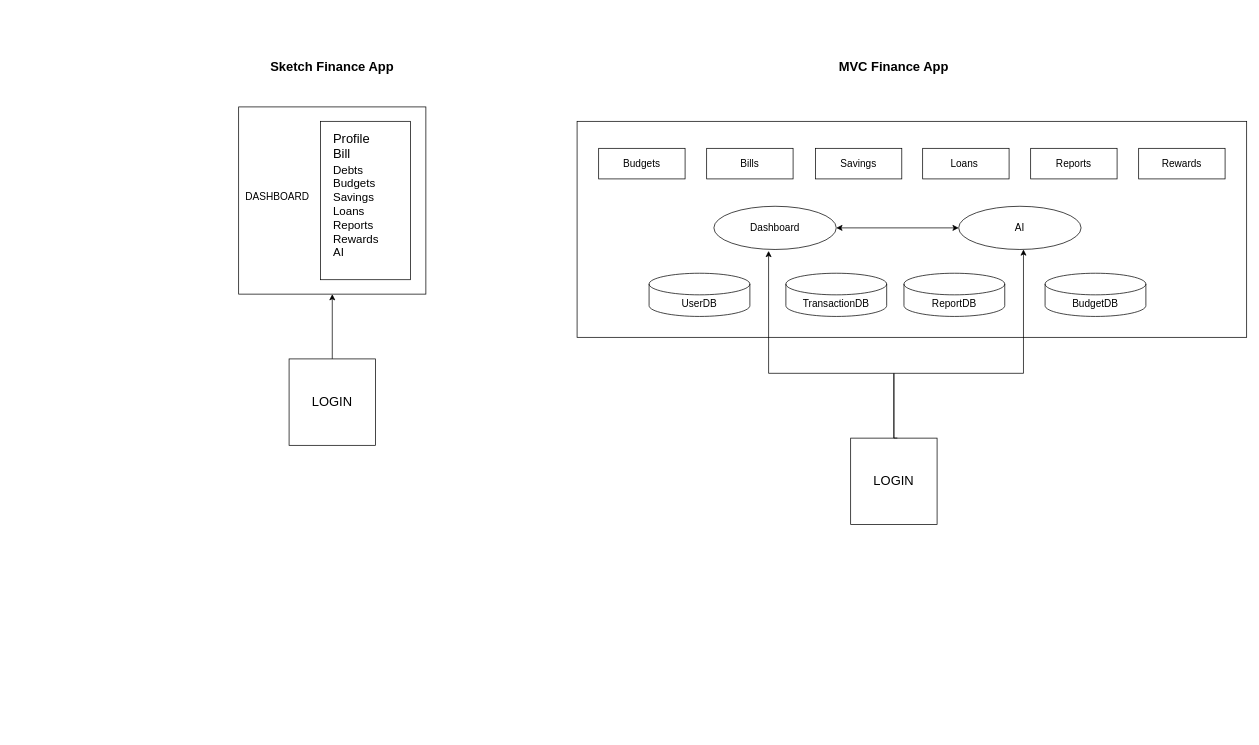
This is MVC and Sketch.drawio from cibusse/diagrams, a draw.io file, before an edit. Source tidied: cells renumbered, new cells numbered last; positions are measured from the earlier drawing's top-left corner, leaving out a move shared by most shapes. Both pictures are drawn from the tidied source at 72%, with x=0, y=0 at pixel (238, 56).
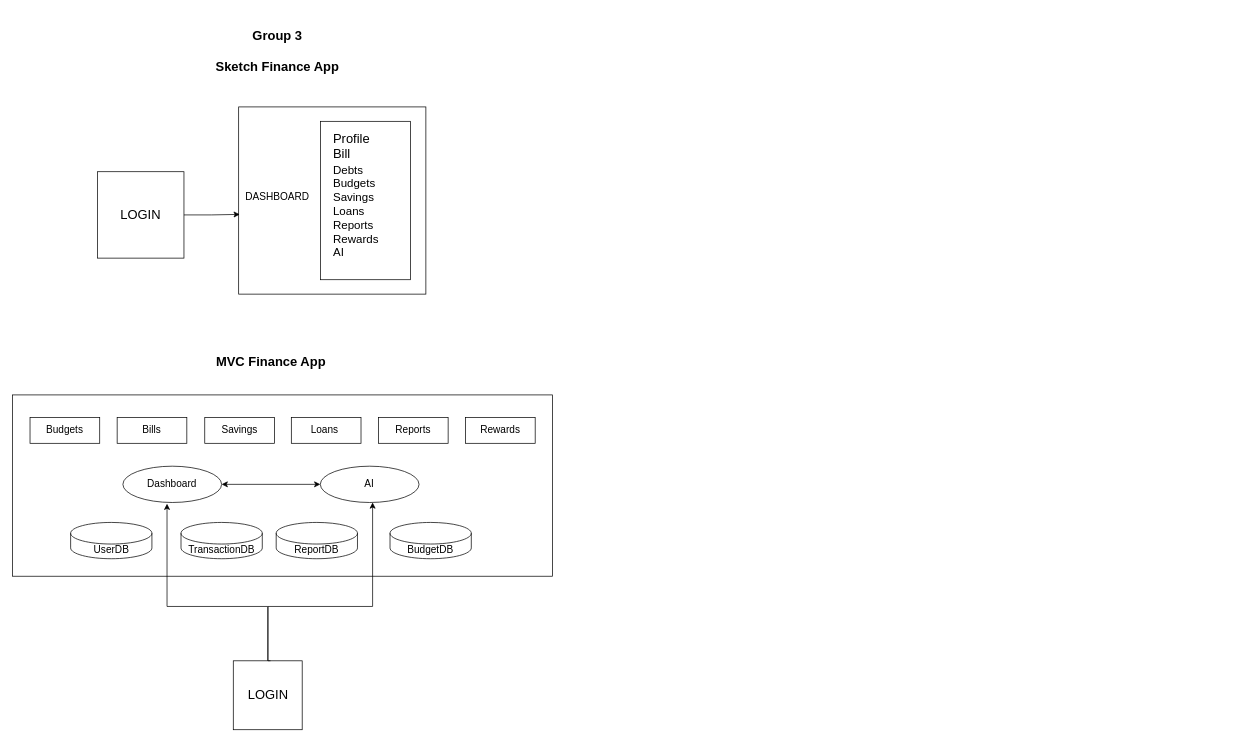
The same diagram, later.

The change refers to these unchanged cells:
```xml
<mxCell id="5" style="whiteSpace=wrap;html=1;align=left;" parent="1" vertex="1">
  <mxGeometry y="70" width="260" height="260" as="geometry" />
</mxCell>
```

The edit, as a diff of the source:
```diff
@@
-    <mxCell id="2" style="rounded=0;whiteSpace=wrap;html=1;" parent="1" vertex="1">
-      <mxGeometry x="470" y="90" width="930" height="300" as="geometry" />
-    </mxCell>
-    <mxCell id="3" style="edgeStyle=orthogonalEdgeStyle;rounded=0;jettySize=auto;html=1;entryX=0.5;entryY=1;entryDx=0;entryDy=0;" parent="1" edge="1" source="4" target="5">
-      <mxGeometry relative="1" as="geometry" />
-    </mxCell>
     <mxCell id="4" value="&lt;font style=&quot;font-size: 18px;&quot;&gt;LOGIN&lt;/font&gt;" style="whiteSpace=wrap;html=1;" parent="1" vertex="1">
-      <mxGeometry x="70" y="420" width="120" height="120" as="geometry" />
+      <mxGeometry x="-196" y="160" width="120" height="120" as="geometry" />
     </mxCell>
@@
-    <mxCell id="9" value="&lt;font style=&quot;font-size: 18px;&quot;&gt;&lt;b&gt;Sketch Finance App&lt;/b&gt;&lt;/font&gt;" style="text;html=1;align=center;verticalAlign=middle;whiteSpace=wrap;rounded=0;" parent="1" vertex="1">
-      <mxGeometry x="15" width="230" height="30" as="geometry" />
+    <mxCell id="9" value="&lt;div&gt;&lt;font style=&quot;font-size: 18px;&quot;&gt;&lt;b&gt;&lt;br&gt;&lt;/b&gt;&lt;/font&gt;&lt;/div&gt;&lt;div&gt;&lt;b style=&quot;&quot;&gt;&lt;font style=&quot;font-size: 18px;&quot;&gt;Group 3&lt;/font&gt;&lt;/b&gt;&lt;/div&gt;&lt;div&gt;&lt;b style=&quot;font-size: 18px;&quot;&gt;&lt;br&gt;&lt;/b&gt;&lt;/div&gt;&lt;div&gt;&lt;b style=&quot;font-size: 18px;&quot;&gt;Sketch Finance App&lt;/b&gt;&lt;br&gt;&lt;/div&gt;" style="text;html=1;align=center;verticalAlign=middle;whiteSpace=wrap;rounded=0;" parent="1" vertex="1">
+      <mxGeometry x="-61" y="-33" width="230" height="30" as="geometry" />
     </mxCell>
+    <mxCell id="11" value="&lt;font style=&quot;font-size: 18px;&quot;&gt;&lt;b&gt;MVC Finance App&lt;/b&gt;&lt;/font&gt;" style="text;html=1;align=center;verticalAlign=middle;whiteSpace=wrap;rounded=0;" parent="1" vertex="1">
+      <mxGeometry x="-70" y="410" width="230" height="30" as="geometry" />
+    </mxCell>
+    <mxCell id="27" style="group;" parent="1" vertex="1">
+      <mxGeometry x="-314" y="470" width="750" height="470" as="geometry" />
+    </mxCell>
+    <mxCell id="2" style="rounded=0;whiteSpace=wrap;html=1;" parent="27" vertex="1">
+      <mxGeometry width="750" height="251.8" as="geometry" />
+    </mxCell>
-    <mxCell id="10" value="&lt;font style=&quot;font-size: 18px;&quot;&gt;LOGIN&lt;/font&gt;" style="whiteSpace=wrap;html=1;" parent="1" vertex="1">
-      <mxGeometry x="850" y="530" width="120" height="120" as="geometry" />
+    <mxCell id="10" value="&lt;font style=&quot;font-size: 18px;&quot;&gt;LOGIN&lt;/font&gt;" style="whiteSpace=wrap;html=1;" parent="27" vertex="1">
+      <mxGeometry x="306.5" y="369.3" width="95.7" height="95.7" as="geometry" />
     </mxCell>
-    <mxCell id="11" value="&lt;font style=&quot;font-size: 18px;&quot;&gt;&lt;b&gt;MVC Finance App&lt;/b&gt;&lt;/font&gt;" style="text;html=1;align=center;verticalAlign=middle;whiteSpace=wrap;rounded=0;" parent="1" vertex="1">
-      <mxGeometry x="795" width="230" height="30" as="geometry" />
-    </mxCell>
-    <mxCell id="12" value="&lt;font style=&quot;font-size: 14px;&quot;&gt;UserDB&lt;/font&gt;" style="shape=cylinder3;whiteSpace=wrap;html=1;boundedLbl=1;backgroundOutline=1;size=15;" parent="1" vertex="1">
-      <mxGeometry x="570" y="301" width="140" height="60" as="geometry" />
+    <mxCell id="12" value="&lt;font style=&quot;font-size: 14px;&quot;&gt;UserDB&lt;/font&gt;" style="shape=cylinder3;whiteSpace=wrap;html=1;boundedLbl=1;backgroundOutline=1;size=15;" parent="27" vertex="1">
+      <mxGeometry x="80.6" y="177.1" width="112.9" height="50.4" as="geometry" />
     </mxCell>
-    <mxCell id="13" value="&lt;font style=&quot;font-size: 14px;&quot;&gt;TransactionDB&lt;/font&gt;" style="shape=cylinder3;whiteSpace=wrap;html=1;boundedLbl=1;backgroundOutline=1;size=15;" parent="1" vertex="1">
-      <mxGeometry x="760" y="301" width="140" height="60" as="geometry" />
+    <mxCell id="13" value="&lt;font style=&quot;font-size: 14px;&quot;&gt;TransactionDB&lt;/font&gt;" style="shape=cylinder3;whiteSpace=wrap;html=1;boundedLbl=1;backgroundOutline=1;size=15;" parent="27" vertex="1">
+      <mxGeometry x="233.9" y="177.1" width="112.9" height="50.4" as="geometry" />
     </mxCell>
-    <mxCell id="14" value="&lt;font style=&quot;font-size: 14px;&quot;&gt;ReportDB&lt;/font&gt;" style="shape=cylinder3;whiteSpace=wrap;html=1;boundedLbl=1;backgroundOutline=1;size=15;" parent="1" vertex="1">
-      <mxGeometry x="924" y="301" width="140" height="60" as="geometry" />
+    <mxCell id="14" value="&lt;font style=&quot;font-size: 14px;&quot;&gt;ReportDB&lt;/font&gt;" style="shape=cylinder3;whiteSpace=wrap;html=1;boundedLbl=1;backgroundOutline=1;size=15;" parent="27" vertex="1">
+      <mxGeometry x="366.1" y="177.1" width="112.9" height="50.4" as="geometry" />
     </mxCell>
-    <mxCell id="15" value="&lt;font style=&quot;font-size: 14px;&quot;&gt;BudgetDB&lt;/font&gt;" style="shape=cylinder3;whiteSpace=wrap;html=1;boundedLbl=1;backgroundOutline=1;size=15;" parent="1" vertex="1">
-      <mxGeometry x="1120" y="301" width="140" height="60" as="geometry" />
+    <mxCell id="15" value="&lt;font style=&quot;font-size: 14px;&quot;&gt;BudgetDB&lt;/font&gt;" style="shape=cylinder3;whiteSpace=wrap;html=1;boundedLbl=1;backgroundOutline=1;size=15;" parent="27" vertex="1">
+      <mxGeometry x="524.2" y="177.1" width="112.9" height="50.4" as="geometry" />
     </mxCell>
-    <mxCell id="16" value="&lt;font style=&quot;font-size: 14px;&quot;&gt;Dashboard&lt;/font&gt;" style="ellipse;whiteSpace=wrap;html=1;" parent="1" vertex="1">
-      <mxGeometry x="660" y="208" width="170" height="60" as="geometry" />
+    <mxCell id="16" value="&lt;font style=&quot;font-size: 14px;&quot;&gt;Dashboard&lt;/font&gt;" style="ellipse;whiteSpace=wrap;html=1;" parent="27" vertex="1">
+      <mxGeometry x="153.2" y="99" width="137.1" height="50.4" as="geometry" />
     </mxCell>
-    <mxCell id="17" value="&lt;font style=&quot;font-size: 14px;&quot;&gt;AI&lt;/font&gt;" style="ellipse;whiteSpace=wrap;html=1;" parent="1" vertex="1">
-      <mxGeometry x="1000" y="208" width="170" height="60" as="geometry" />
+    <mxCell id="17" value="&lt;font style=&quot;font-size: 14px;&quot;&gt;AI&lt;/font&gt;" style="ellipse;whiteSpace=wrap;html=1;" parent="27" vertex="1">
+      <mxGeometry x="427.4" y="99" width="137.1" height="50.4" as="geometry" />
     </mxCell>
-    <mxCell id="18" value="&lt;font style=&quot;font-size: 14px;&quot;&gt;Budgets&lt;/font&gt;" style="rounded=0;whiteSpace=wrap;html=1;" parent="1" vertex="1">
-      <mxGeometry x="500" y="127.5" width="120" height="42.5" as="geometry" />
+    <mxCell id="18" value="&lt;font style=&quot;font-size: 14px;&quot;&gt;Budgets&lt;/font&gt;" style="rounded=0;whiteSpace=wrap;html=1;" parent="27" vertex="1">
+      <mxGeometry x="24.2" y="31.5" width="96.8" height="35.7" as="geometry" />
     </mxCell>
-    <mxCell id="19" value="&lt;font style=&quot;font-size: 14px;&quot;&gt;Bills&lt;/font&gt;" style="rounded=0;whiteSpace=wrap;html=1;" parent="1" vertex="1">
-      <mxGeometry x="650" y="127.5" width="120" height="42.5" as="geometry" />
+    <mxCell id="19" value="&lt;font style=&quot;font-size: 14px;&quot;&gt;Bills&lt;/font&gt;" style="rounded=0;whiteSpace=wrap;html=1;" parent="27" vertex="1">
+      <mxGeometry x="145.2" y="31.5" width="96.8" height="35.7" as="geometry" />
     </mxCell>
-    <mxCell id="20" value="&lt;font style=&quot;font-size: 14px;&quot;&gt;Savings&lt;/font&gt;" style="rounded=0;whiteSpace=wrap;html=1;" parent="1" vertex="1">
-      <mxGeometry x="801" y="127.5" width="120" height="42.5" as="geometry" />
+    <mxCell id="20" value="&lt;font style=&quot;font-size: 14px;&quot;&gt;Savings&lt;/font&gt;" style="rounded=0;whiteSpace=wrap;html=1;" parent="27" vertex="1">
+      <mxGeometry x="266.9" y="31.5" width="96.8" height="35.7" as="geometry" />
     </mxCell>
-    <mxCell id="21" value="&lt;font style=&quot;font-size: 14px;&quot;&gt;Loans&amp;nbsp;&lt;/font&gt;" style="rounded=0;whiteSpace=wrap;html=1;" parent="1" vertex="1">
-      <mxGeometry x="950" y="127.5" width="120" height="42.5" as="geometry" />
+    <mxCell id="21" value="&lt;font style=&quot;font-size: 14px;&quot;&gt;Loans&amp;nbsp;&lt;/font&gt;" style="rounded=0;whiteSpace=wrap;html=1;" parent="27" vertex="1">
+      <mxGeometry x="387.1" y="31.5" width="96.8" height="35.7" as="geometry" />
     </mxCell>
-    <mxCell id="22" value="&lt;font style=&quot;font-size: 14px;&quot;&gt;Reports&lt;/font&gt;" style="rounded=0;whiteSpace=wrap;html=1;" parent="1" vertex="1">
-      <mxGeometry x="1100" y="127.5" width="120" height="42.5" as="geometry" />
+    <mxCell id="22" value="&lt;font style=&quot;font-size: 14px;&quot;&gt;Reports&lt;/font&gt;" style="rounded=0;whiteSpace=wrap;html=1;" parent="27" vertex="1">
+      <mxGeometry x="508.1" y="31.5" width="96.8" height="35.7" as="geometry" />
     </mxCell>
-    <mxCell id="23" value="&lt;font style=&quot;font-size: 14px;&quot;&gt;Rewards&lt;/font&gt;" style="rounded=0;whiteSpace=wrap;html=1;" parent="1" vertex="1">
-      <mxGeometry x="1250" y="127.5" width="120" height="42.5" as="geometry" />
+    <mxCell id="23" value="&lt;font style=&quot;font-size: 14px;&quot;&gt;Rewards&lt;/font&gt;" style="rounded=0;whiteSpace=wrap;html=1;" parent="27" vertex="1">
+      <mxGeometry x="629" y="31.5" width="96.8" height="35.7" as="geometry" />
     </mxCell>
-    <mxCell id="24" style="edgeStyle=orthogonalEdgeStyle;rounded=0;jettySize=auto;html=1;exitX=0.5;exitY=0;exitDx=0;exitDy=0;entryX=0.447;entryY=1.033;entryDx=0;entryDy=0;entryPerimeter=0;" parent="1" edge="1" source="10" target="16">
+    <mxCell id="24" style="edgeStyle=orthogonalEdgeStyle;rounded=0;jettySize=auto;html=1;exitX=0.5;exitY=0;exitDx=0;exitDy=0;entryX=0.447;entryY=1.033;entryDx=0;entryDy=0;entryPerimeter=0;" parent="27" edge="1" source="10" target="16">
       <mxGeometry relative="1" as="geometry">
         <Array as="points">
-          <mxPoint x="910" y="530" />
-          <mxPoint x="910" y="440" />
-          <mxPoint x="736" y="440" />
+          <mxPoint x="354.8" y="369.3" />
+          <mxPoint x="354.8" y="293.8" />
+          <mxPoint x="214.5" y="293.8" />
         </Array>
       </mxGeometry>
     </mxCell>
-    <mxCell id="25" style="endArrow=classic;startArrow=classic;html=1;rounded=0;exitX=1;exitY=0.5;exitDx=0;exitDy=0;entryX=0;entryY=0.5;entryDx=0;entryDy=0;" parent="1" edge="1" source="16" target="17">
+    <mxCell id="25" style="endArrow=classic;startArrow=classic;html=1;rounded=0;exitX=1;exitY=0.5;exitDx=0;exitDy=0;entryX=0;entryY=0.5;entryDx=0;entryDy=0;" parent="27" edge="1" source="16" target="17">
       <mxGeometry relative="1" as="geometry" />
     </mxCell>
-    <mxCell id="26" style="edgeStyle=orthogonalEdgeStyle;rounded=0;jettySize=auto;html=1;exitX=0.54;exitY=-0.001;exitDx=0;exitDy=0;exitPerimeter=0;" parent="1" edge="1" source="10" target="17">
+    <mxCell id="26" style="edgeStyle=orthogonalEdgeStyle;rounded=0;jettySize=auto;html=1;exitX=0.54;exitY=-0.001;exitDx=0;exitDy=0;exitPerimeter=0;" parent="27" edge="1" source="10" target="17">
       <mxGeometry relative="1" as="geometry">
         <Array as="points">
-          <mxPoint x="910" y="530" />
-          <mxPoint x="910" y="440" />
-          <mxPoint x="1090" y="440" />
+          <mxPoint x="354.8" y="369.3" />
+          <mxPoint x="354.8" y="293.8" />
+          <mxPoint x="500" y="293.8" />
         </Array>
       </mxGeometry>
     </mxCell>
+    <mxCell id="3" style="edgeStyle=orthogonalEdgeStyle;rounded=0;jettySize=auto;html=1;exitX=1;exitY=0.5;exitDx=0;exitDy=0;entryX=0.006;entryY=0.574;entryDx=0;entryDy=0;entryPerimeter=0;" parent="1" edge="1" source="4" target="5">
+      <mxGeometry relative="1" as="geometry">
+        <Array as="points">
+          <mxPoint x="-38" y="220" />
+        </Array>
+      </mxGeometry>
+    </mxCell>
```
